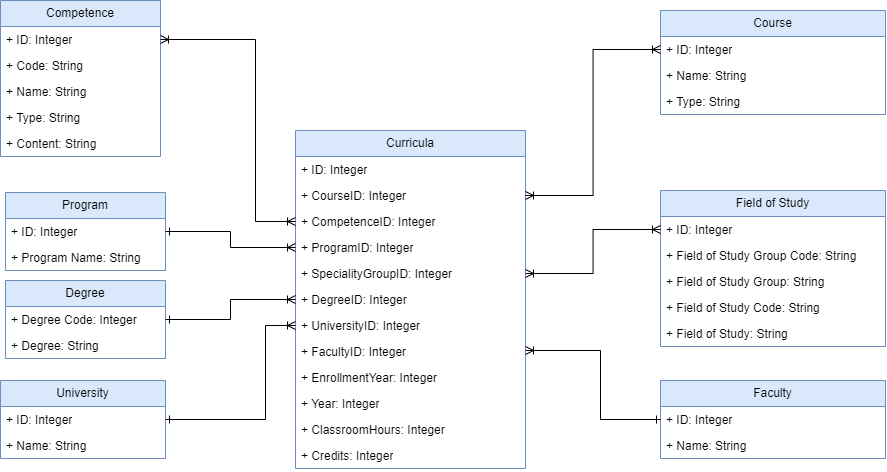
yunas-x/Diploma keeps this draw.io diagram as Lab Work №3/docs/DW.png. Above is the earlier version. Source tidied: cells renumbered, new cells last; positions are measured from the earlier drawing's top-left corner, leaving out a move shared by most shapes.
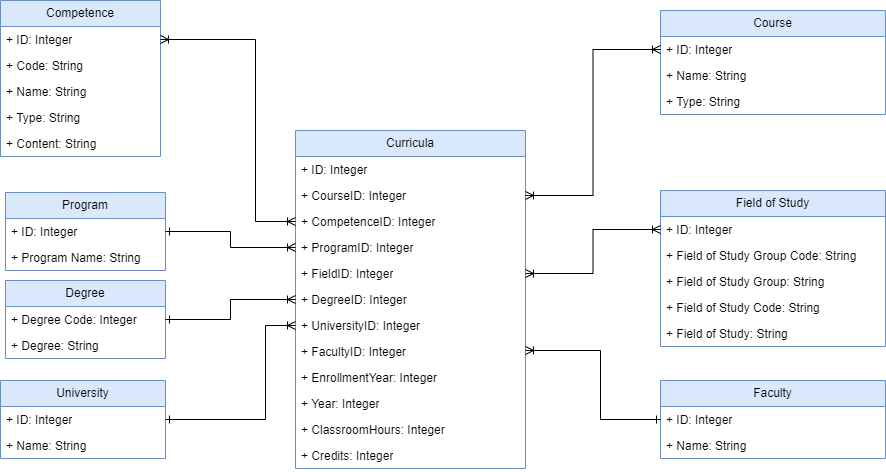
After the commit.

The edit, as a diff of the source:
```diff
@@ -17,7 +17,7 @@
     <mxCell id="6" value="+ ProgramID: Integer" style="text;strokeColor=none;fillColor=none;align=left;verticalAlign=top;spacingLeft=4;spacingRight=4;overflow=hidden;points=[[0,0.5],[1,0.5]];portConstraint=eastwest;whiteSpace=wrap;html=1;" parent="2" vertex="1">
       <mxGeometry y="104" width="230" height="26" as="geometry" />
     </mxCell>
-    <mxCell id="7" value="+ SpecialityGroupID: Integer" style="text;strokeColor=none;fillColor=none;align=left;verticalAlign=top;spacingLeft=4;spacingRight=4;overflow=hidden;points=[[0,0.5],[1,0.5]];portConstraint=eastwest;whiteSpace=wrap;html=1;" parent="2" vertex="1">
+    <mxCell id="7" value="+ FieldID: Integer" style="text;strokeColor=none;fillColor=none;align=left;verticalAlign=top;spacingLeft=4;spacingRight=4;overflow=hidden;points=[[0,0.5],[1,0.5]];portConstraint=eastwest;whiteSpace=wrap;html=1;" parent="2" vertex="1">
       <mxGeometry y="130" width="230" height="26" as="geometry" />
     </mxCell>
     <mxCell id="8" value="+ DegreeID: Integer" style="text;strokeColor=none;fillColor=none;align=left;verticalAlign=top;spacingLeft=4;spacingRight=4;overflow=hidden;points=[[0,0.5],[1,0.5]];portConstraint=eastwest;whiteSpace=wrap;html=1;" parent="2" vertex="1">
```
